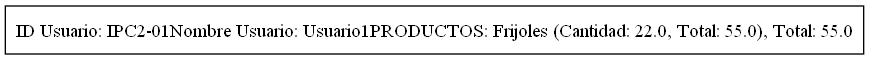
Earlier version of the Graphviz export reportes/cola.png (MarceJua/IPC2_ProyectoVJ2024_14). Its source is kept beside it as reportesdot/cola.dot. Source of this version:
```dot
digraph G {
rankdir=LR;
node [shape=record];
nodo0 [label="ID Usuario: IPC2-01
Nombre Usuario: Usuario1
PRODUCTOS: Frijoles (Cantidad: 22.0, Total: 55.0),
Total: 55.0"];
}
```
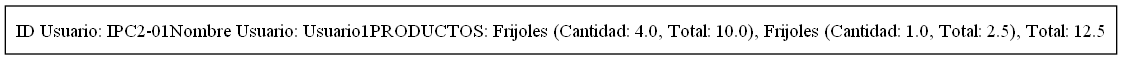
The same diagram one commit later.

The edit, as a diff of the source:
```diff
@@ -3,6 +3,6 @@
 node [shape=record];
 nodo0 [label="ID Usuario: IPC2-01
 Nombre Usuario: Usuario1
-PRODUCTOS: Frijoles (Cantidad: 22.0, Total: 55.0),
-Total: 55.0"];
+PRODUCTOS: Frijoles (Cantidad: 4.0, Total: 10.0), Frijoles (Cantidad: 1.0, Total: 2.5),
+Total: 12.5"];
 }
```
